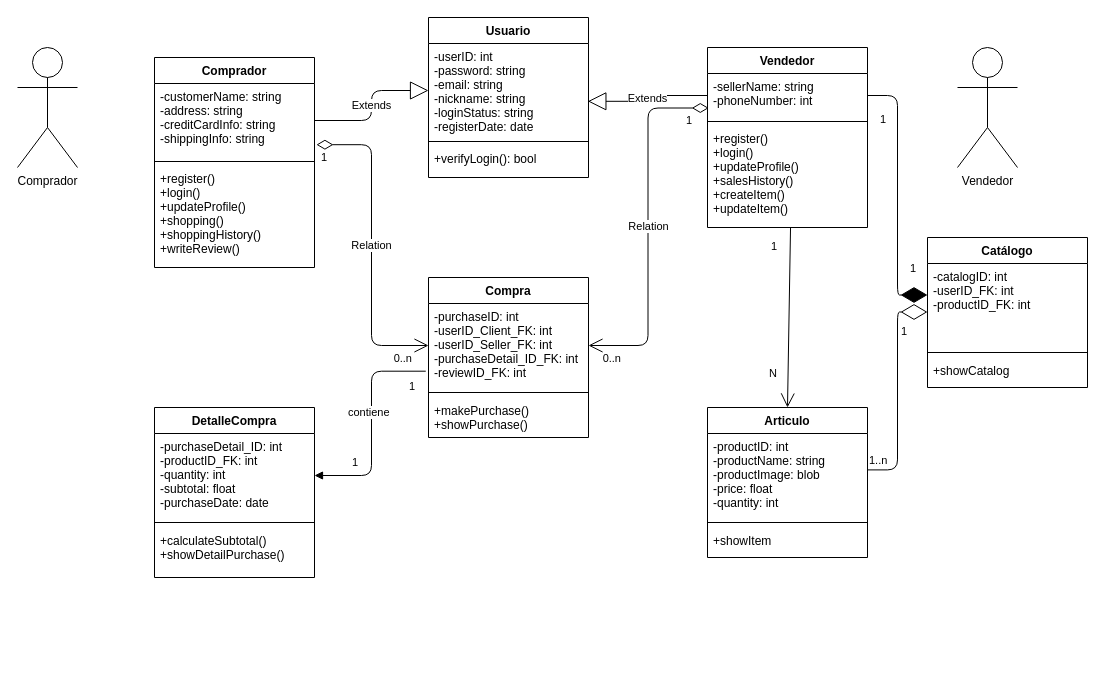
axelcoevas/Proyecto-DWFS-Equipo5 keeps this draw.io diagram as diagrama/Copy of Market_Place!.drawio. Above is the earlier version. Source tidied: cells renumbered, new cells numbered last; positions are measured from the earlier drawing's top-left corner, leaving out a move shared by most shapes. Both pictures are drawn from the tidied source at 100%, with x=0, y=0 at pixel (17, 17).
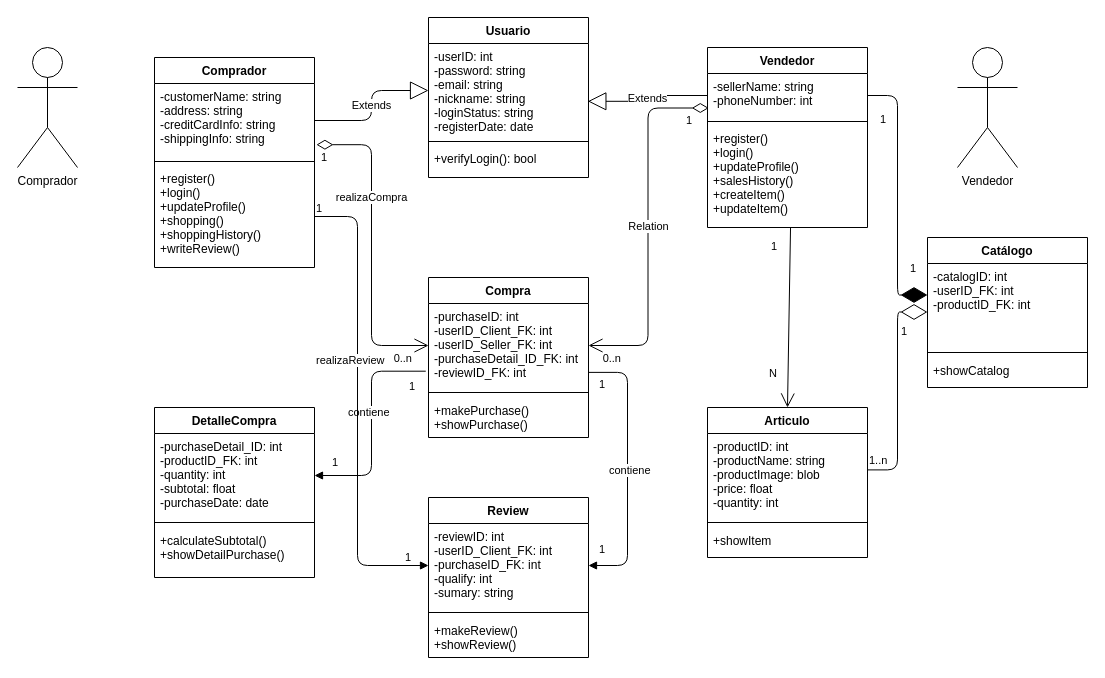
The same page after the edit.

The change refers to these unchanged cells:
```xml
<mxCell id="5" value="-customerName: string&#10;-address: string&#10;-creditCardInfo: string&#10;-shippingInfo: string" style="text;strokeColor=none;fillColor=none;align=left;verticalAlign=top;spacingLeft=4;spacingRight=4;overflow=hidden;points=[[0,0.5],[1,0.5]];portConstraint=eastwest;" parent="4" vertex="1">
  <mxGeometry y="26" width="160" height="74" as="geometry" />
</mxCell>
<mxCell id="7" value="+register()&#10;+login()&#10;+updateProfile()&#10;+shopping()&#10;+shoppingHistory()&#10;+writeReview()" style="text;strokeColor=none;fillColor=none;align=left;verticalAlign=top;spacingLeft=4;spacingRight=4;overflow=hidden;points=[[0,0.5],[1,0.5]];portConstraint=eastwest;" parent="4" vertex="1">
  <mxGeometry y="108" width="160" height="102" as="geometry" />
</mxCell>
<mxCell id="19" value="-purchaseID: int&#10;-userID_Client_FK: int&#10;-userID_Seller_FK: int&#10;-purchaseDetail_ID_FK: int&#10;-reviewID_FK: int" style="text;strokeColor=none;fillColor=none;align=left;verticalAlign=top;spacingLeft=4;spacingRight=4;overflow=hidden;points=[[0,0.5],[1,0.5]];portConstraint=eastwest;" parent="18" vertex="1">
  <mxGeometry y="26" width="160" height="84" as="geometry" />
</mxCell>
```

What changed in the source:
```diff
@@
-    <mxCell id="33" value="Relation" style="endArrow=open;html=1;endSize=12;startArrow=diamondThin;startSize=14;startFill=0;edgeStyle=orthogonalEdgeStyle;entryX=0;entryY=0.5;entryDx=0;entryDy=0;exitX=1.012;exitY=0.827;exitDx=0;exitDy=0;exitPerimeter=0;" parent="1" edge="1" source="5" target="19">
-      <mxGeometry relative="1" as="geometry" />
+    <mxCell id="33" value="realizaCompra" style="endArrow=open;html=1;endSize=12;startArrow=diamondThin;startSize=14;startFill=0;edgeStyle=orthogonalEdgeStyle;entryX=0;entryY=0.5;entryDx=0;entryDy=0;exitX=1.012;exitY=0.827;exitDx=0;exitDy=0;exitPerimeter=0;" parent="1" edge="1" source="5" target="19">
+      <mxGeometry x="-0.31" relative="1" as="geometry" />
     </mxCell>
@@
     <mxCell id="51" value="1" style="edgeLabel;html=1;align=left;verticalAlign=bottom;" parent="1" vertex="1">
-      <mxGeometry x="420" y="380" as="geometry">
+      <mxGeometry x="400" y="380" as="geometry">
         <mxPoint x="-87" y="73" as="offset" />
       </mxGeometry>
     </mxCell>
+    <mxCell id="52" value="Review" style="swimlane;fontStyle=1;align=center;verticalAlign=top;horizontal=1;startSize=26;" parent="1" vertex="1">
+      <mxGeometry x="411" y="480" width="160" height="160" as="geometry" />
+    </mxCell>
+    <mxCell id="53" value="-reviewID: int&#10;-userID_Client_FK: int&#10;-purchaseID_FK: int&#10;-qualify: int&#10;-sumary: string" style="text;strokeColor=none;fillColor=none;align=left;verticalAlign=top;spacingLeft=4;spacingRight=4;overflow=hidden;points=[[0,0.5],[1,0.5]];portConstraint=eastwest;" parent="52" vertex="1">
+      <mxGeometry y="26" width="160" height="84" as="geometry" />
+    </mxCell>
+    <mxCell id="54" style="line;strokeWidth=1;fillColor=none;align=left;verticalAlign=middle;spacingTop=-1;spacingLeft=3;spacingRight=3;labelPosition=right;" parent="52" vertex="1">
+      <mxGeometry y="110" width="160" height="10" as="geometry" />
+    </mxCell>
+    <mxCell id="55" value="+makeReview()&#10;+showReview()" style="text;strokeColor=none;fillColor=none;align=left;verticalAlign=top;spacingLeft=4;spacingRight=4;overflow=hidden;" parent="52" vertex="1">
+      <mxGeometry y="120" width="160" height="40" as="geometry" />
+    </mxCell>
+    <mxCell id="56" value="contiene" style="endArrow=block;endFill=1;html=1;edgeStyle=elbowEdgeStyle;align=left;verticalAlign=top;entryX=1;entryY=0.5;entryDx=0;entryDy=0;exitX=0.997;exitY=0.82;exitDx=0;exitDy=0;exitPerimeter=0;" parent="1" edge="1" source="19" target="53">
+      <mxGeometry x="-0.08" y="-20" relative="1" as="geometry">
+        <Array as="points">
+          <mxPoint x="610" y="450" />
+        </Array>
+      </mxGeometry>
+    </mxCell>
+    <mxCell id="57" value="1" style="edgeLabel;html=1;align=left;verticalAlign=bottom;" parent="56" vertex="1">
+      <mxGeometry x="-1" relative="1" as="geometry">
+        <mxPoint x="9" y="20" as="offset" />
+      </mxGeometry>
+    </mxCell>
+    <mxCell id="58" value="1" style="edgeLabel;html=1;align=left;verticalAlign=bottom;" parent="1" vertex="1">
+      <mxGeometry x="580" y="540" as="geometry" />
+    </mxCell>
+    <mxCell id="59" value="realizaReview" style="endArrow=block;endFill=1;html=1;edgeStyle=elbowEdgeStyle;align=left;verticalAlign=top;exitX=1;exitY=0.5;exitDx=0;exitDy=0;entryX=0;entryY=0.5;entryDx=0;entryDy=0;" parent="1" edge="1" source="7" target="53">
+      <mxGeometry x="-0.25" y="-43" relative="1" as="geometry">
+        <Array as="points">
+          <mxPoint x="340" y="370" />
+        </Array>
+      </mxGeometry>
+    </mxCell>
+    <mxCell id="60" value="1" style="edgeLabel;html=1;align=left;verticalAlign=bottom;" parent="59" vertex="1">
+      <mxGeometry x="-1" relative="1" as="geometry" />
+    </mxCell>
+    <mxCell id="61" value="1" style="edgeLabel;html=1;align=left;verticalAlign=bottom;" parent="1" vertex="1">
+      <mxGeometry x="307" y="209" as="geometry">
+        <mxPoint x="79" y="339" as="offset" />
+      </mxGeometry>
+    </mxCell>
```
